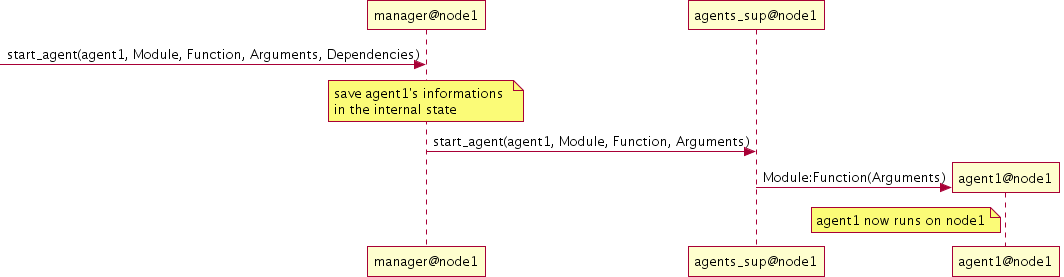
This is doc/img/sequence_start_agents.png from b3aver/Erlang-Mobile-Agents, a PlantUML export, as it was before one commit.
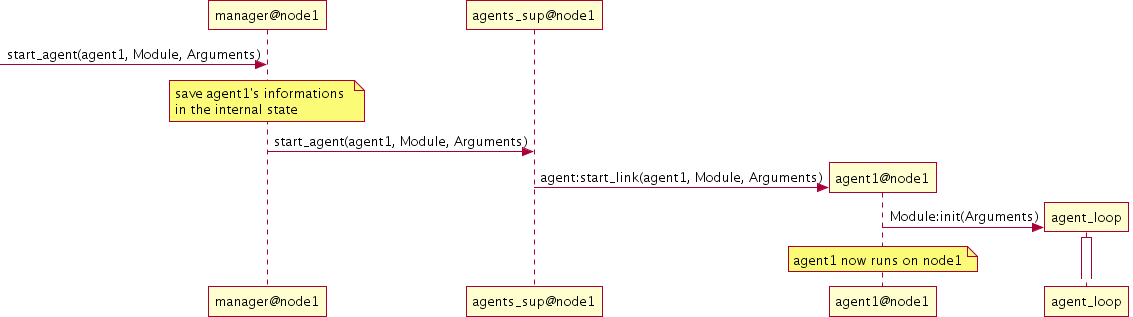
The same diagram one commit later.

Commit message:
Updated sequence diagram with the agent behaviour's features.

What changed in the source:
```diff
@@ -1,8 +1,11 @@
 @startuml img/sequence_start_agents.png
-[-> manager@node1: start_agent(agent1, Module, Function, Arguments, Dependencies)
+[-> manager@node1: start_agent(agent1, Module, Arguments)
 note over manager@node1: save agent1's informations \nin the internal state
-manager@node1 -> agents_sup@node1: start_agent(agent1, Module, Function, Arguments)
+manager@node1 -> agents_sup@node1: start_agent(agent1, Module, Arguments)
 create agent1@node1
-agents_sup@node1 -> agent1@node1: Module:Function(Arguments)
-note left agent1@node1: agent1 now runs on node1
+agents_sup@node1 -> agent1@node1: agent:start_link(agent1, Module, Arguments)
+create agent_loop
+agent1@node1 -> agent_loop: Module:init(Arguments)
+note over agent1@node1: agent1 now runs on node1
+activate agent_loop
 @enduml
```
